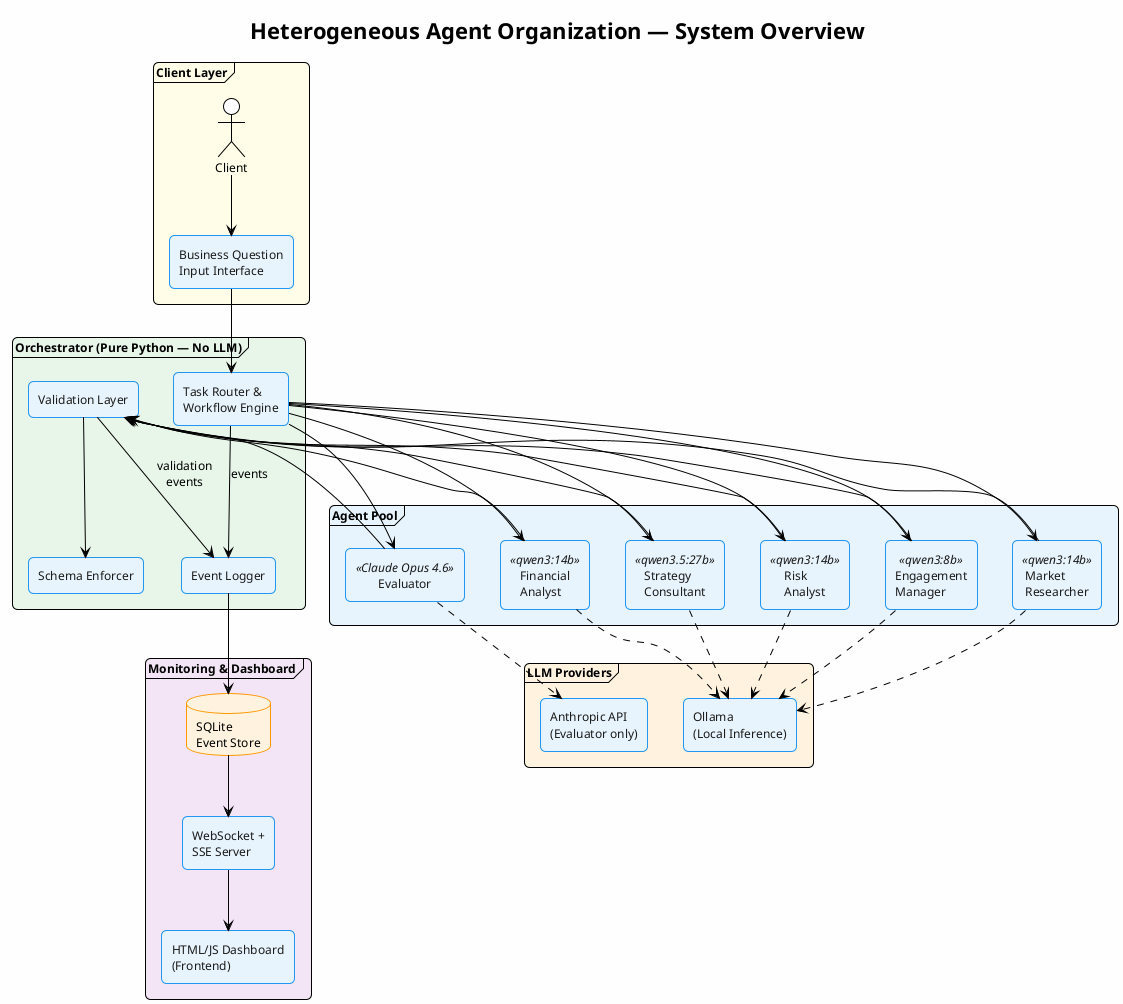
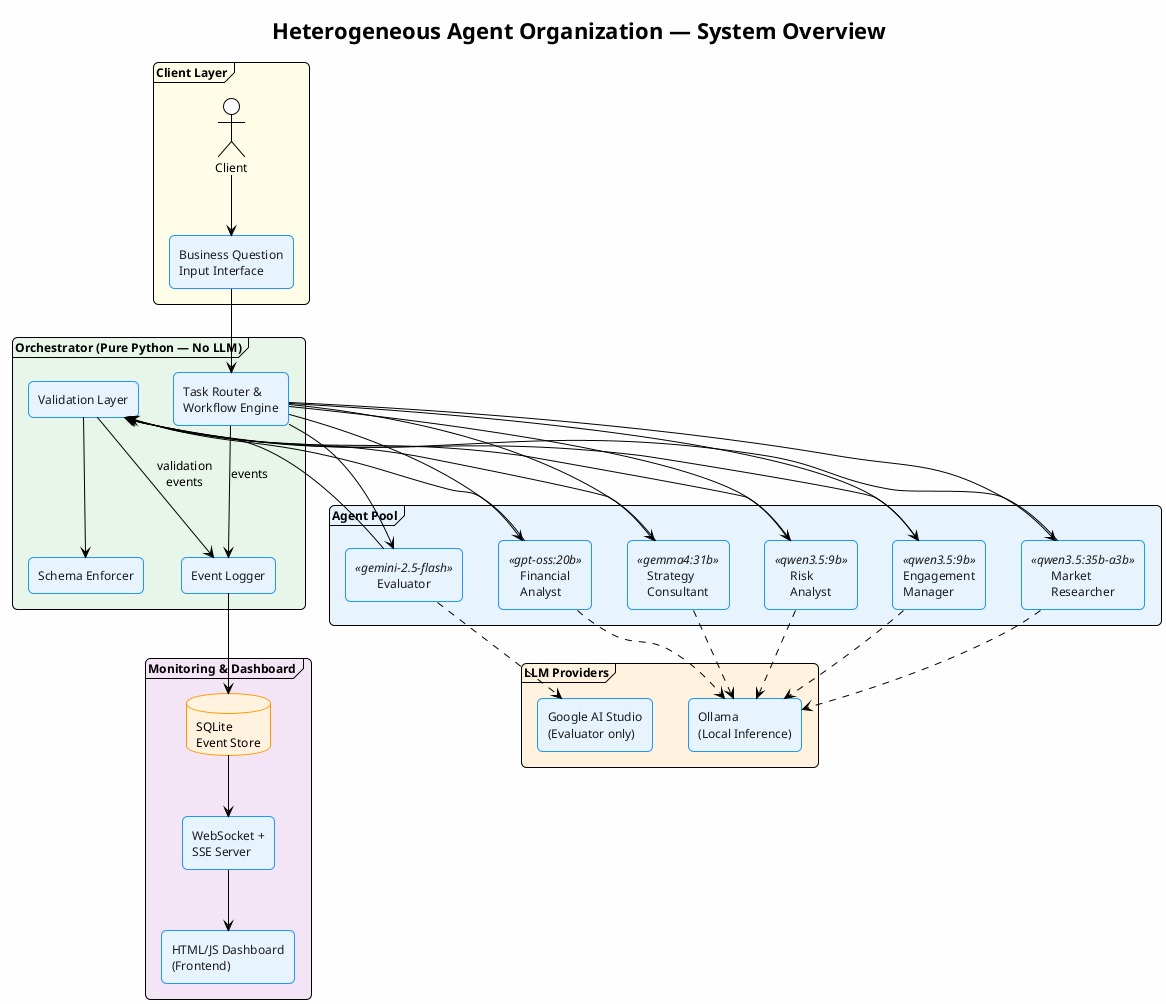
@startuml system_overview
!theme plain
skinparam backgroundColor #FEFEFE
skinparam defaultFontName "Segoe UI"
skinparam defaultFontSize 12
skinparam componentStyle rectangle
skinparam shadowing false
skinparam roundCorner 10
skinparam packageStyle frame

title **Heterogeneous Agent Organization — System Overview**

skinparam component {
  BackgroundColor #E8F4FD
  BorderColor #2196F3
  FontColor #1A1A1A
}

skinparam database {
  BackgroundColor #FFF3E0
  BorderColor #FF9800
}

skinparam rectangle {
  BackgroundColor #F3E5F5
  BorderColor #9C27B0
}

package "Client Layer" #FFFDE7 {
  actor "Client" as client
  component "Business Question\nInput Interface" as input
}

package "Orchestrator (Pure Python — No LLM)" #E8F5E9 {
  component "Task Router &\nWorkflow Engine" as router
  component "Validation Layer" as validator
  component "Schema Enforcer" as schema
  component "Event Logger" as logger
}

package "Agent Pool" #E8F4FD {
-   component "Engagement\nManager" as em <<qwen3:8b>>
-   component "Market\nResearcher" as mr <<qwen3:14b>>
-   component "Financial\nAnalyst" as fa <<qwen3:14b>>
-   component "Risk\nAnalyst" as ra <<qwen3:14b>>
-   component "Strategy\nConsultant" as sc <<qwen3.5:27b>>
-   component "Evaluator" as ev <<Claude Opus 4.6>>
+   component "Engagement\nManager" as em <<qwen3.5:9b>>
+   component "Market\nResearcher" as mr <<qwen3.5:35b-a3b>>
+   component "Financial\nAnalyst" as fa <<gpt-oss:20b>>
+   component "Risk\nAnalyst" as ra <<qwen3.5:9b>>
+   component "Strategy\nConsultant" as sc <<gemma4:31b>>
+   component "Evaluator" as ev <<gemini-2.5-flash>>
}

package "LLM Providers" #FFF3E0 {
  component "Ollama\n(Local Inference)" as ollama
-   component "Anthropic API\n(Evaluator only)" as anthropic
+   component "Google AI Studio\n(Evaluator only)" as google_ai
}

package "Monitoring & Dashboard" #F3E5F5 {
  database "SQLite\nEvent Store" as db
  component "WebSocket +\nSSE Server" as ws
  component "HTML/JS Dashboard\n(Frontend)" as dash
}

client --> input
input --> router

router --> em
router --> mr
router --> fa
router --> ra
router --> sc
router --> ev

em --> validator
mr --> validator
fa --> validator
ra --> validator
sc --> validator
ev --> validator

validator --> schema

em ..> ollama
mr ..> ollama
fa ..> ollama
ra ..> ollama
sc ..> ollama
- ev ..> anthropic
+ ev ..> google_ai

logger --> db
db --> ws
ws --> dash

router --> logger : "events"
validator --> logger : "validation\nevents"

@enduml
